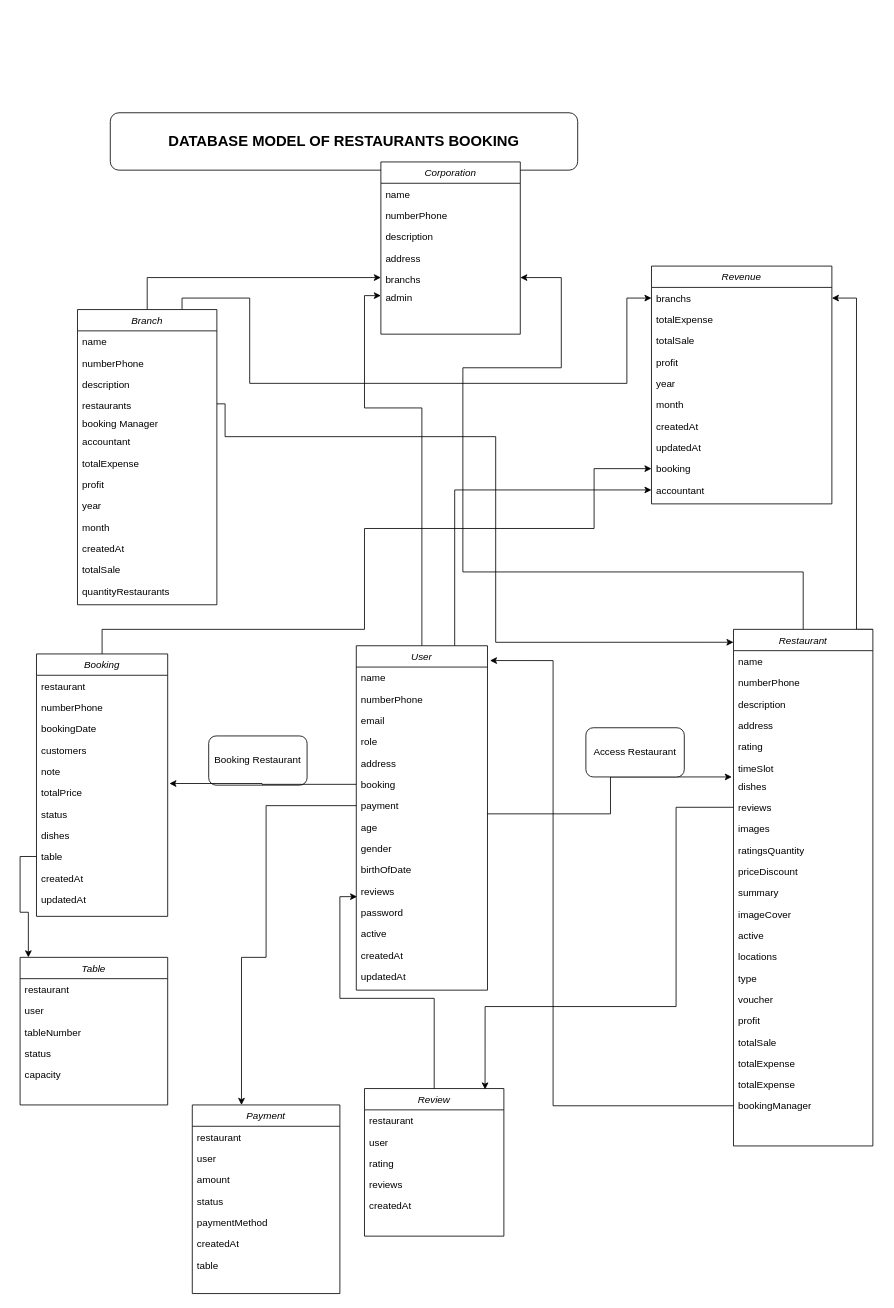
Before: Biểu đồ không có tiêu đề.drawio in DAITHANG23/Luna.BE, a draw.io diagram. Source tidied: cells renumbered, new cells numbered last; positions are measured from the earlier drawing's top-left corner, leaving out a move shared by most shapes. Both pictures are drawn from the tidied source at 82%, with x=0, y=0 at pixel (20, 112).
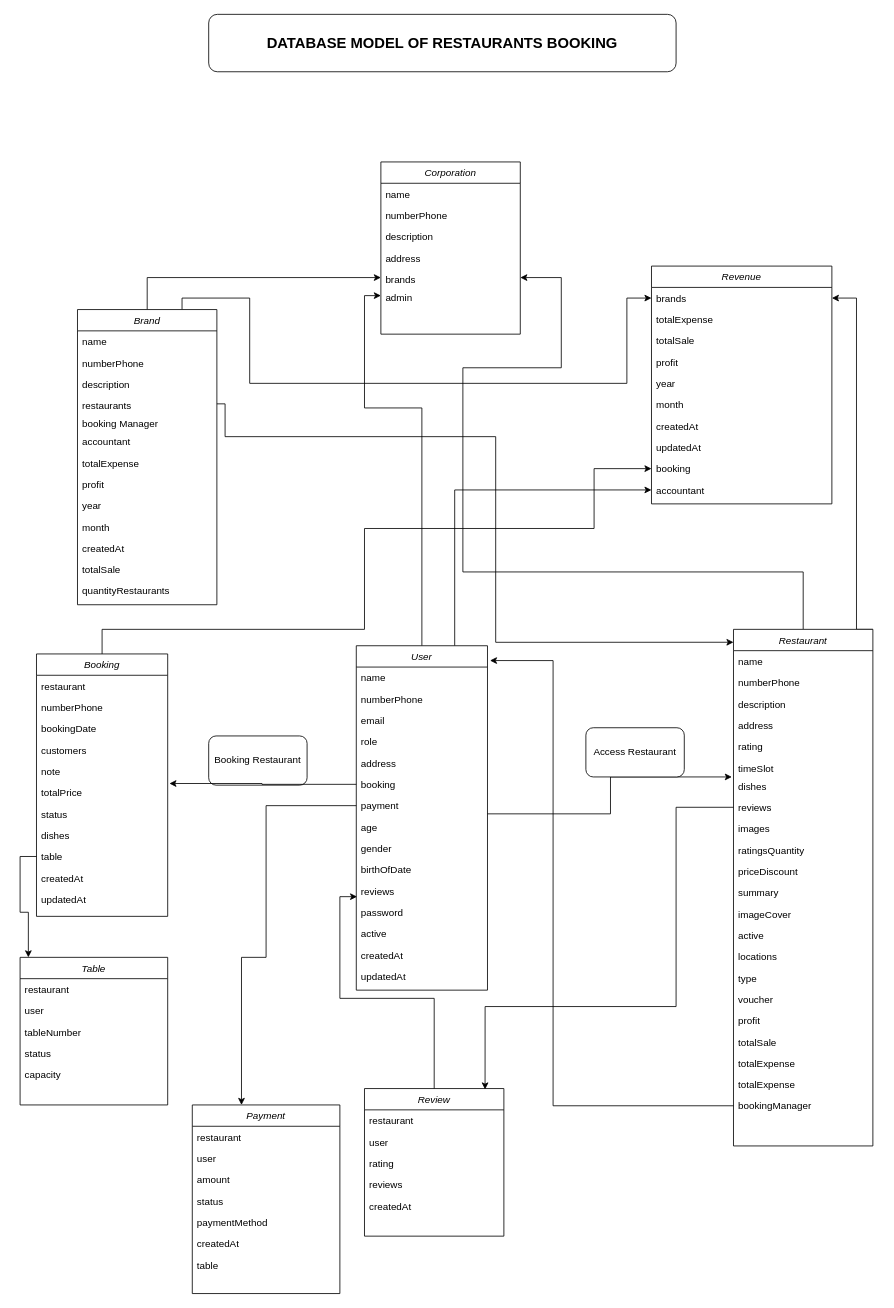
The same diagram, later.

Commit message:
Cập nhật Biểu đồ không có tiêu đề.drawio

Unchanged cells that the change refers to:
```xml
<mxCell id="87" value="Revenue" style="swimlane;fontStyle=2;align=center;verticalAlign=top;horizontal=1;startSize=26;rounded=0;shadow=0;strokeWidth=1;" parent="1" vertex="1">
  <mxGeometry x="770" y="187" width="220" height="290" as="geometry" />
</mxCell>
<mxCell id="99" value="Corporation" style="swimlane;fontStyle=2;align=center;verticalAlign=top;horizontal=1;startSize=26;rounded=0;shadow=0;strokeWidth=1;" parent="1" vertex="1">
  <mxGeometry x="440" y="60" width="170" height="210" as="geometry" />
</mxCell>
```

Change to the diagram source:
```diff
@@
     <mxCell id="20" value="&lt;font style=&quot;font-size: 18px;&quot;&gt;&lt;b&gt;DATABASE MODEL OF RESTAURANTS BOOKING&lt;/b&gt;&lt;/font&gt;" style="rounded=1;whiteSpace=wrap;html=1;" parent="1" vertex="1">
-      <mxGeometry x="110" width="570" height="70" as="geometry" />
+      <mxGeometry x="230" y="-120" width="570" height="70" as="geometry" />
     </mxCell>
@@
-    <mxCell id="88" value="branchs" style="text;align=left;verticalAlign=top;spacingLeft=4;spacingRight=4;overflow=hidden;points=[[0,0.5],[1,0.5]];portConstraint=eastwest;" parent="87" vertex="1">
+    <mxCell id="88" value="brands" style="text;align=left;verticalAlign=top;spacingLeft=4;spacingRight=4;overflow=hidden;points=[[0,0.5],[1,0.5]];portConstraint=eastwest;" parent="87" vertex="1">
       <mxGeometry y="26" width="220" height="26" as="geometry" />
     </mxCell>
@@
-    <mxCell id="104" value="branchs" style="text;align=left;verticalAlign=top;spacingLeft=4;spacingRight=4;overflow=hidden;points=[[0,0.5],[1,0.5]];portConstraint=eastwest;rounded=0;shadow=0;html=0;" parent="99" vertex="1">
+    <mxCell id="104" value="brands" style="text;align=left;verticalAlign=top;spacingLeft=4;spacingRight=4;overflow=hidden;points=[[0,0.5],[1,0.5]];portConstraint=eastwest;rounded=0;shadow=0;html=0;" parent="99" vertex="1">
       <mxGeometry y="130" width="170" height="22" as="geometry" />
     </mxCell>
@@
-    <mxCell id="109" value="Branch" style="swimlane;fontStyle=2;align=center;verticalAlign=top;horizontal=1;startSize=26;rounded=0;shadow=0;strokeWidth=1;" parent="1" vertex="1">
+    <mxCell id="109" value="Brand" style="swimlane;fontStyle=2;align=center;verticalAlign=top;horizontal=1;startSize=26;rounded=0;shadow=0;strokeWidth=1;" parent="1" vertex="1">
       <mxGeometry x="70" y="240" width="170" height="360" as="geometry" />
     </mxCell>
```
